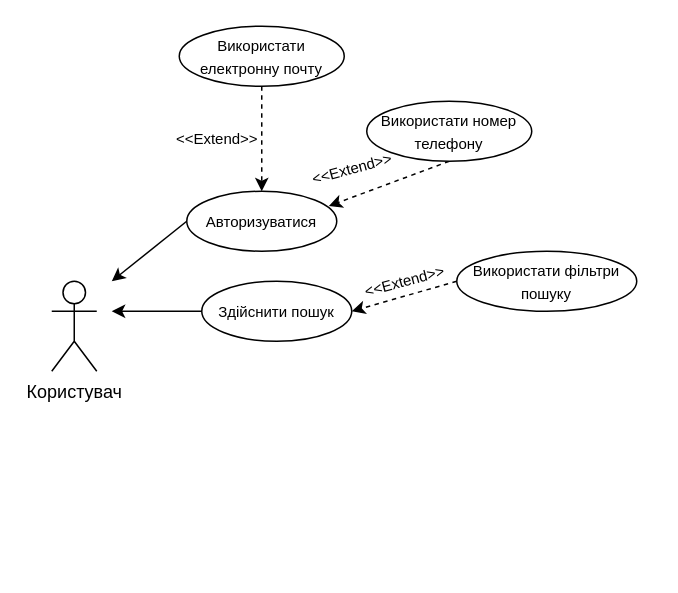
The draw.io diagram ІПЗ_cp1/ІПЗ_ср_usecase.drawio in Erw1n-git/drawio_flowcharts, before the edit. Source tidied: cells renumbered, new cells numbered last; positions are measured from the earlier drawing's top-left corner, leaving out a move shared by most shapes. Both pictures are drawn from the tidied source at 150%, with x=0, y=0 at pixel (51, 26).
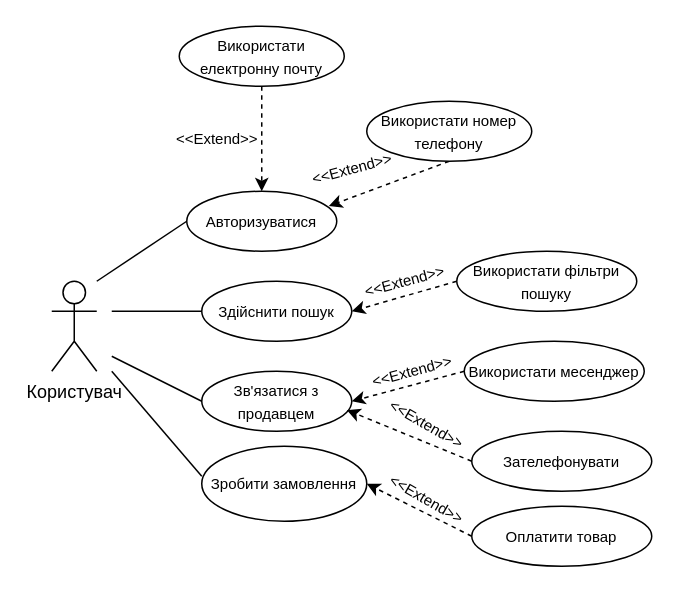
After the change.

Unchanged cells that the change refers to:
```xml
<mxCell id="4" value="&lt;font style=&quot;font-size: 10px;&quot;&gt;Авторизуватися&lt;/font&gt;" style="ellipse;whiteSpace=wrap;html=1;" parent="1" vertex="1">
  <mxGeometry x="90" y="110" width="100" height="40" as="geometry" />
</mxCell>
<mxCell id="12" value="&lt;font style=&quot;font-size: 10px;&quot;&gt;Здійснити пошук&lt;/font&gt;" style="ellipse;whiteSpace=wrap;html=1;" parent="1" vertex="1">
  <mxGeometry x="100" y="170" width="100" height="40" as="geometry" />
</mxCell>
```

Diff of the diagram source:
```diff
@@
-    <mxCell id="3" style="endArrow=classic;html=1;rounded=0;exitX=0;exitY=0.5;exitDx=0;exitDy=0;" parent="1" edge="1" source="4">
-      <mxGeometry relative="1" as="geometry">
-        <mxPoint x="40" y="170" as="targetPoint" />
-      </mxGeometry>
-    </mxCell>
@@
-    <mxCell id="11" style="endArrow=classic;html=1;rounded=0;" parent="1" edge="1">
-      <mxGeometry relative="1" as="geometry">
-        <mxPoint x="120" y="190" as="sourcePoint" />
-        <mxPoint x="40" y="190" as="targetPoint" />
-      </mxGeometry>
-    </mxCell>
@@
+    <mxCell id="16" value="&lt;font style=&quot;font-size: 10px;&quot;&gt;Зв'язатися з продавцем&lt;/font&gt;" style="ellipse;whiteSpace=wrap;html=1;" parent="1" vertex="1">
+      <mxGeometry x="100" y="230" width="100" height="40" as="geometry" />
+    </mxCell>
+    <mxCell id="17" style="endArrow=classic;html=1;rounded=0;entryX=1;entryY=0.5;entryDx=0;entryDy=0;dashed=1;exitX=0;exitY=0.5;exitDx=0;exitDy=0;" parent="1" edge="1" source="18" target="16">
+      <mxGeometry relative="1" as="geometry" />
+    </mxCell>
+    <mxCell id="18" value="&lt;font style=&quot;font-size: 10px;&quot;&gt;Використати месенджер&lt;/font&gt;" style="ellipse;whiteSpace=wrap;html=1;" parent="1" vertex="1">
+      <mxGeometry x="275" y="210" width="120" height="40" as="geometry" />
+    </mxCell>
+    <mxCell id="19" value="&lt;span style=&quot;font-size: 10px;&quot;&gt;Зателефонувати&lt;/span&gt;" style="ellipse;whiteSpace=wrap;html=1;" parent="1" vertex="1">
+      <mxGeometry x="280" y="270" width="120" height="40" as="geometry" />
+    </mxCell>
+    <mxCell id="20" style="endArrow=classic;html=1;rounded=0;entryX=0.967;entryY=0.646;entryDx=0;entryDy=0;dashed=1;exitX=0;exitY=0.5;exitDx=0;exitDy=0;entryPerimeter=0;" parent="1" edge="1" source="19" target="16">
+      <mxGeometry relative="1" as="geometry" />
+    </mxCell>
+    <mxCell id="21" value="&amp;lt;&amp;lt;Extend&amp;gt;&amp;gt;" style="text;html=1;align=center;verticalAlign=middle;strokeColor=none;fillColor=none;fontSize=10;rotation=-15;" parent="1" vertex="1">
+      <mxGeometry x="200" y="215" width="80" height="30" as="geometry" />
+    </mxCell>
+    <mxCell id="22" value="&amp;lt;&amp;lt;Extend&amp;gt;&amp;gt;" style="text;html=1;align=center;verticalAlign=middle;strokeColor=none;fillColor=none;fontSize=10;rotation=30;" parent="1" vertex="1">
+      <mxGeometry x="210" y="250" width="80" height="30" as="geometry" />
+    </mxCell>
+    <mxCell id="23" style="endArrow=none;html=1;rounded=0;fontSize=10;entryX=0;entryY=0.5;entryDx=0;entryDy=0;" parent="1" edge="1" target="4">
+      <mxGeometry relative="1" as="geometry">
+        <mxPoint x="30" y="170" as="sourcePoint" />
+      </mxGeometry>
+    </mxCell>
+    <mxCell id="24" style="endArrow=none;html=1;rounded=0;fontSize=10;entryX=0;entryY=0.5;entryDx=0;entryDy=0;" parent="1" edge="1" target="12">
+      <mxGeometry relative="1" as="geometry">
+        <mxPoint x="40" y="190" as="sourcePoint" />
+      </mxGeometry>
+    </mxCell>
+    <mxCell id="25" style="endArrow=none;html=1;rounded=0;fontSize=10;entryX=0;entryY=0.5;entryDx=0;entryDy=0;" parent="1" edge="1" target="16">
+      <mxGeometry relative="1" as="geometry">
+        <mxPoint x="40" y="220" as="sourcePoint" />
+      </mxGeometry>
+    </mxCell>
+    <mxCell id="26" style="endArrow=none;html=1;rounded=0;fontSize=10;" parent="1" edge="1">
+      <mxGeometry relative="1" as="geometry">
+        <mxPoint x="40" y="230" as="sourcePoint" />
+        <mxPoint x="100" y="300" as="targetPoint" />
+      </mxGeometry>
+    </mxCell>
+    <mxCell id="27" value="&lt;font style=&quot;font-size: 10px;&quot;&gt;Зробити замовлення&lt;/font&gt;" style="ellipse;whiteSpace=wrap;html=1;" parent="1" vertex="1">
+      <mxGeometry x="100" y="280" width="110" height="50" as="geometry" />
+    </mxCell>
+    <mxCell id="28" value="&amp;lt;&amp;lt;Extend&amp;gt;&amp;gt;" style="text;html=1;align=center;verticalAlign=middle;strokeColor=none;fillColor=none;fontSize=10;rotation=30;" parent="1" vertex="1">
+      <mxGeometry x="210" y="300" width="80" height="30" as="geometry" />
+    </mxCell>
+    <mxCell id="29" style="endArrow=classic;html=1;rounded=0;entryX=1;entryY=0.5;entryDx=0;entryDy=0;dashed=1;exitX=0;exitY=0.5;exitDx=0;exitDy=0;" parent="1" edge="1" source="30" target="27">
+      <mxGeometry relative="1" as="geometry" />
+    </mxCell>
+    <mxCell id="30" value="&lt;span style=&quot;font-size: 10px;&quot;&gt;Оплатити товар&lt;/span&gt;" style="ellipse;whiteSpace=wrap;html=1;" parent="1" vertex="1">
+      <mxGeometry x="280" y="320" width="120" height="40" as="geometry" />
+    </mxCell>
```
